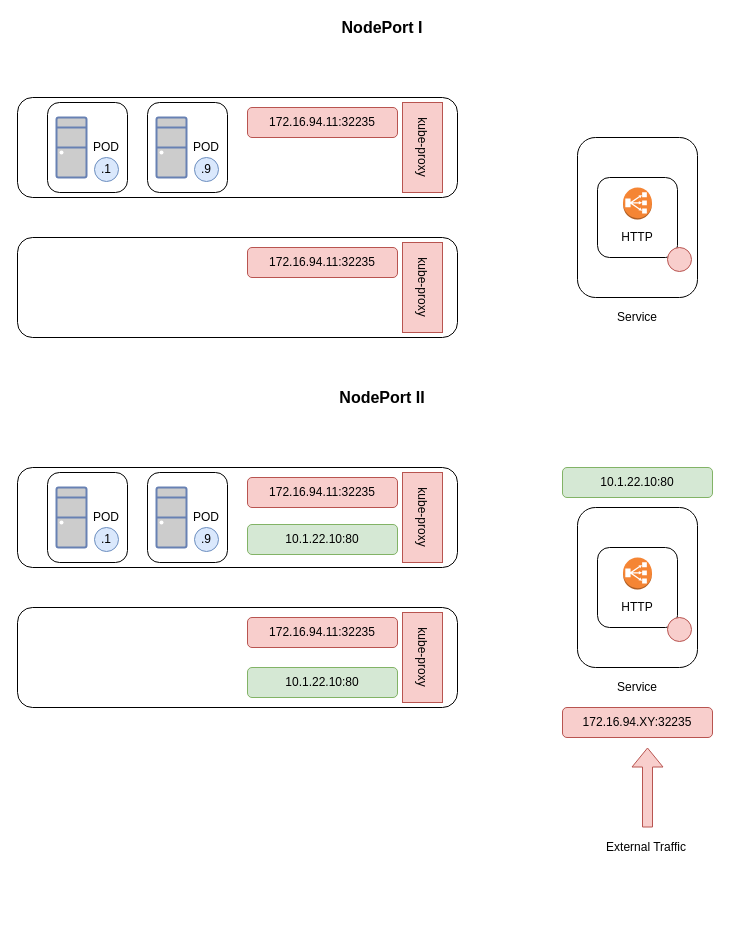
Earlier version of the draw.io diagram page "Page-8" (8 of 9) of 04-k8s-networking/k8s-networking.drawio (Lemoncode/k8s-fundamentals). Source tidied: cells renumbered, new cells numbered last; positions are measured from the earlier drawing's top-left corner, leaving out a move shared by most shapes. Both pictures are drawn from the tidied source at 100%, with x=0, y=0 at pixel (17, 17).
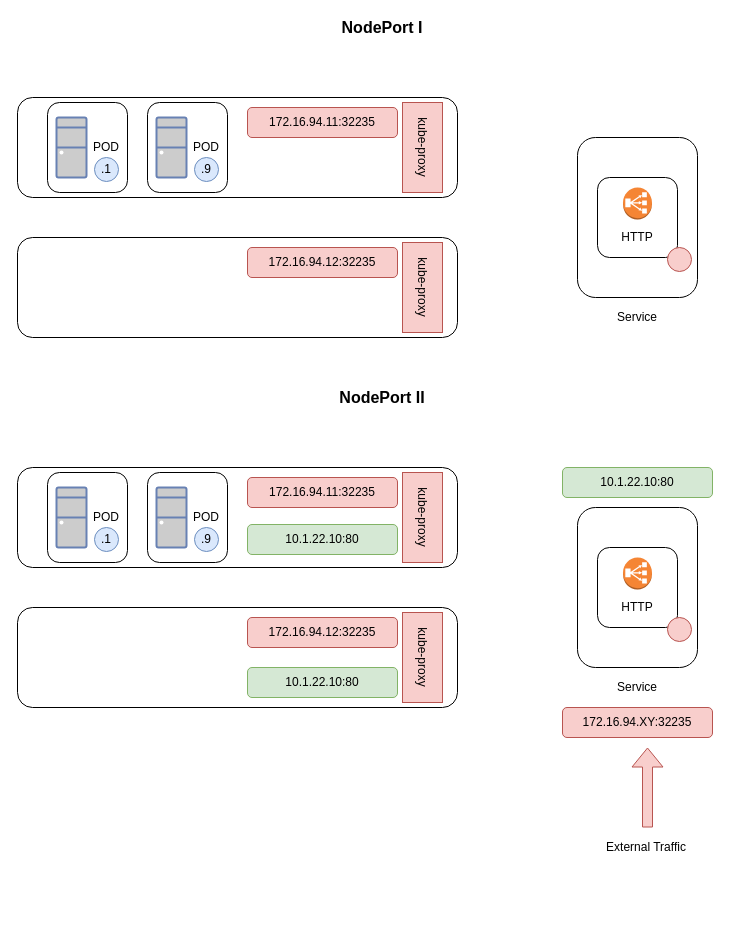
The same diagram, later.

The edit, as a diff of the source:
```diff
@@
-    <mxCell id="23" value="172.16.94.11:32235" style="rounded=1;whiteSpace=wrap;html=1;fillColor=#f8cecc;strokeColor=#b85450;" parent="1" vertex="1">
+    <mxCell id="23" value="172.16.94.12:32235" style="rounded=1;whiteSpace=wrap;html=1;fillColor=#f8cecc;strokeColor=#b85450;" parent="1" vertex="1">
       <mxGeometry x="230" y="230" width="150" height="30" as="geometry" />
     </mxCell>
@@
-    <mxCell id="46" value="172.16.94.11:32235" style="rounded=1;whiteSpace=wrap;html=1;fillColor=#f8cecc;strokeColor=#b85450;" parent="1" vertex="1">
+    <mxCell id="46" value="172.16.94.12:32235" style="rounded=1;whiteSpace=wrap;html=1;fillColor=#f8cecc;strokeColor=#b85450;" parent="1" vertex="1">
       <mxGeometry x="230" y="600" width="150" height="30" as="geometry" />
     </mxCell>
```
